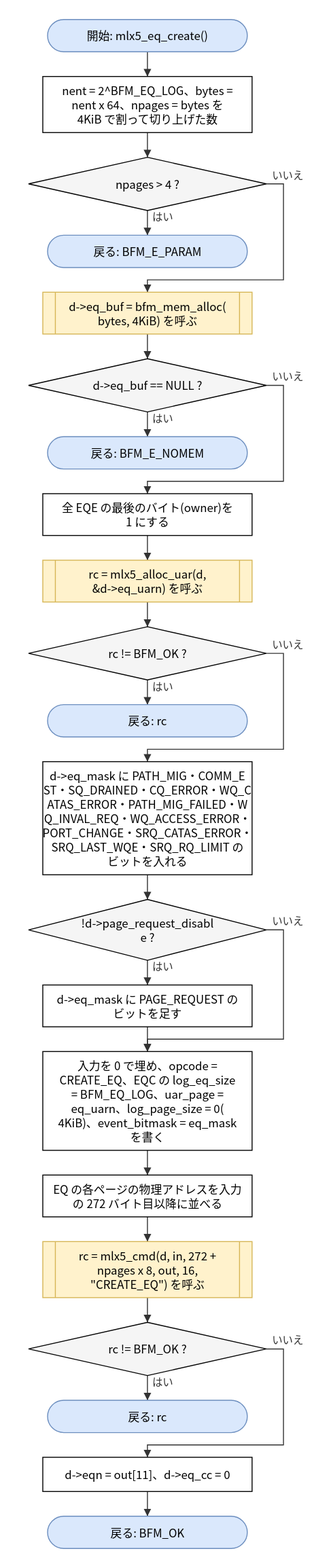
Earlier version of the draw.io export doc/spec/images/flow_src_mlx5_cmd-mlx5_eq_create.drawio.svg (hf355051012-ai/bfmem). Source tidied: cells renumbered, new cells last; positions are measured from the earlier drawing's top-left corner, leaving out a move shared by most shapes.
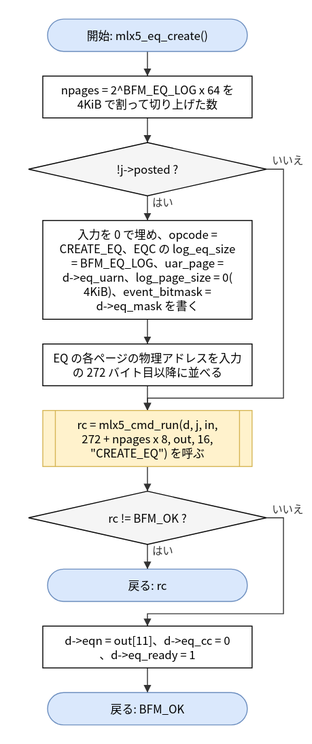
After the commit.

Change to the diagram source:
```diff
@@ -5,66 +5,33 @@
     <mxCell id="2" value="開始: mlx5_eq_create()" style="rounded=1;arcSize=50;whiteSpace=wrap;html=1;fillColor=#dae8fc;strokeColor=#6c8ebf;" parent="1" vertex="1">
       <mxGeometry x="20" width="210" height="34" as="geometry" />
     </mxCell>
-    <mxCell id="3" value="nent = 2^BFM_EQ_LOG、bytes =&lt;br&gt;nent x 64、npages = bytes を&lt;br&gt;4KiB で割って切り上げた数" style="rounded=0;whiteSpace=wrap;html=1;" parent="1" vertex="1">
-      <mxGeometry x="15" y="60" width="220" height="59" as="geometry" />
+    <mxCell id="3" value="npages = 2^BFM_EQ_LOG x 64 を&lt;br&gt;4KiB で割って切り上げた数" style="rounded=0;whiteSpace=wrap;html=1;" parent="1" vertex="1">
+      <mxGeometry x="15" y="60" width="220" height="44" as="geometry" />
     </mxCell>
-    <mxCell id="4" value="npages &amp;gt; 4 ?" style="rhombus;whiteSpace=wrap;html=1;fillColor=#f5f5f5;" parent="1" vertex="1">
-      <mxGeometry y="145" width="250" height="56" as="geometry" />
+    <mxCell id="4" value="!j-&amp;gt;posted ?" style="rhombus;whiteSpace=wrap;html=1;fillColor=#f5f5f5;" parent="1" vertex="1">
+      <mxGeometry y="130" width="250" height="56" as="geometry" />
     </mxCell>
-    <mxCell id="5" value="戻る: BFM_E_PARAM" style="rounded=1;arcSize=50;whiteSpace=wrap;html=1;fillColor=#dae8fc;strokeColor=#6c8ebf;" parent="1" vertex="1">
-      <mxGeometry x="20" y="227" width="210" height="34" as="geometry" />
+    <mxCell id="5" value="入力を 0 で埋め、opcode =&lt;br&gt;CREATE_EQ、EQC の log_eq_size&lt;br&gt;= BFM_EQ_LOG、uar_page =&lt;br&gt;d-&amp;gt;eq_uarn、log_page_size = 0(&lt;br&gt;4KiB)、event_bitmask =&lt;br&gt;d-&amp;gt;eq_mask を書く" style="rounded=0;whiteSpace=wrap;html=1;" parent="1" vertex="1">
+      <mxGeometry x="15" y="212" width="220" height="104" as="geometry" />
     </mxCell>
-    <mxCell id="6" value="d-&amp;gt;eq_buf = bfm_mem_alloc(&lt;br&gt;bytes, 4KiB) を呼ぶ" style="shape=process;whiteSpace=wrap;html=1;backgroundOutline=1;size=0.06;fillColor=#fff2cc;strokeColor=#d6b656;" parent="1" vertex="1">
-      <mxGeometry x="15" y="287" width="220" height="44" as="geometry" />
+    <mxCell id="6" value="EQ の各ページの物理アドレスを入力&lt;br&gt;の 272 バイト目以降に並べる" style="rounded=0;whiteSpace=wrap;html=1;" parent="1" vertex="1">
+      <mxGeometry x="15" y="342" width="220" height="44" as="geometry" />
     </mxCell>
-    <mxCell id="7" value="d-&amp;gt;eq_buf == NULL ?" style="rhombus;whiteSpace=wrap;html=1;fillColor=#f5f5f5;" parent="1" vertex="1">
-      <mxGeometry y="357" width="250" height="56" as="geometry" />
+    <mxCell id="7" value="rc = mlx5_cmd_run(d, j, in,&lt;br&gt;272 + npages x 8, out, 16,&lt;br&gt;&amp;quot;CREATE_EQ&amp;quot;) を呼ぶ" style="shape=process;whiteSpace=wrap;html=1;backgroundOutline=1;size=0.06;fillColor=#fff2cc;strokeColor=#d6b656;" parent="1" vertex="1">
+      <mxGeometry x="15" y="412" width="220" height="59" as="geometry" />
     </mxCell>
-    <mxCell id="8" value="戻る: BFM_E_NOMEM" style="rounded=1;arcSize=50;whiteSpace=wrap;html=1;fillColor=#dae8fc;strokeColor=#6c8ebf;" parent="1" vertex="1">
-      <mxGeometry x="20" y="439" width="210" height="34" as="geometry" />
+    <mxCell id="8" value="rc != BFM_OK ?" style="rhombus;whiteSpace=wrap;html=1;fillColor=#f5f5f5;" parent="1" vertex="1">
+      <mxGeometry y="497" width="250" height="56" as="geometry" />
     </mxCell>
-    <mxCell id="9" value="全 EQE の最後のバイト(owner)を&lt;br&gt;1 にする" style="rounded=0;whiteSpace=wrap;html=1;" parent="1" vertex="1">
-      <mxGeometry x="15" y="499" width="220" height="44" as="geometry" />
+    <mxCell id="9" value="戻る: rc" style="rounded=1;arcSize=50;whiteSpace=wrap;html=1;fillColor=#dae8fc;strokeColor=#6c8ebf;" parent="1" vertex="1">
+      <mxGeometry x="20" y="579" width="210" height="34" as="geometry" />
     </mxCell>
-    <mxCell id="10" value="rc = mlx5_alloc_uar(d,&lt;br&gt;&amp;amp;d-&amp;gt;eq_uarn) を呼ぶ" style="shape=process;whiteSpace=wrap;html=1;backgroundOutline=1;size=0.06;fillColor=#fff2cc;strokeColor=#d6b656;" parent="1" vertex="1">
-      <mxGeometry x="15" y="569" width="220" height="44" as="geometry" />
+    <mxCell id="10" value="d-&amp;gt;eqn = out[11]、d-&amp;gt;eq_cc = 0&lt;br&gt;、d-&amp;gt;eq_ready = 1" style="rounded=0;whiteSpace=wrap;html=1;" parent="1" vertex="1">
+      <mxGeometry x="15" y="639" width="220" height="44" as="geometry" />
     </mxCell>
-    <mxCell id="11" value="rc != BFM_OK ?" style="rhombus;whiteSpace=wrap;html=1;fillColor=#f5f5f5;" parent="1" vertex="1">
-      <mxGeometry y="639" width="250" height="56" as="geometry" />
+    <mxCell id="11" value="戻る: BFM_OK" style="rounded=1;arcSize=50;whiteSpace=wrap;html=1;fillColor=#dae8fc;strokeColor=#6c8ebf;" parent="1" vertex="1">
+      <mxGeometry x="20" y="709" width="210" height="34" as="geometry" />
     </mxCell>
-    <mxCell id="12" value="戻る: rc" style="rounded=1;arcSize=50;whiteSpace=wrap;html=1;fillColor=#dae8fc;strokeColor=#6c8ebf;" parent="1" vertex="1">
-      <mxGeometry x="20" y="721" width="210" height="34" as="geometry" />
-    </mxCell>
-    <mxCell id="13" value="d-&amp;gt;eq_mask に PATH_MIG・COMM_E&lt;br&gt;ST・SQ_DRAINED・CQ_ERROR・WQ_C&lt;br&gt;ATAS_ERROR・PATH_MIG_FAILED・W&lt;br&gt;Q_INVAL_REQ・WQ_ACCESS_ERROR・&lt;br&gt;PORT_CHANGE・SRQ_CATAS_ERROR・&lt;br&gt;SRQ_LAST_WQE・SRQ_RQ_LIMIT の&lt;br&gt;ビットを入れる" style="rounded=0;whiteSpace=wrap;html=1;" parent="1" vertex="1">
-      <mxGeometry x="15" y="781" width="220" height="119" as="geometry" />
-    </mxCell>
-    <mxCell id="14" value="!d-&amp;gt;page_request_disabl&lt;br&gt;e ?" style="rhombus;whiteSpace=wrap;html=1;fillColor=#f5f5f5;" parent="1" vertex="1">
-      <mxGeometry y="926" width="250" height="64" as="geometry" />
-    </mxCell>
-    <mxCell id="15" value="d-&amp;gt;eq_mask に PAGE_REQUEST の&lt;br&gt;ビットを足す" style="rounded=0;whiteSpace=wrap;html=1;" parent="1" vertex="1">
-      <mxGeometry x="15" y="1016" width="220" height="44" as="geometry" />
-    </mxCell>
-    <mxCell id="16" value="入力を 0 で埋め、opcode =&lt;br&gt;CREATE_EQ、EQC の log_eq_size&lt;br&gt;= BFM_EQ_LOG、uar_page =&lt;br&gt;eq_uarn、log_page_size = 0(&lt;br&gt;4KiB)、event_bitmask = eq_mask&lt;br&gt;を書く" style="rounded=0;whiteSpace=wrap;html=1;" parent="1" vertex="1">
-      <mxGeometry x="15" y="1086" width="220" height="104" as="geometry" />
-    </mxCell>
-    <mxCell id="17" value="EQ の各ページの物理アドレスを入力&lt;br&gt;の 272 バイト目以降に並べる" style="rounded=0;whiteSpace=wrap;html=1;" parent="1" vertex="1">
-      <mxGeometry x="15" y="1216" width="220" height="44" as="geometry" />
-    </mxCell>
-    <mxCell id="18" value="rc = mlx5_cmd(d, in, 272 +&lt;br&gt;npages x 8, out, 16,&lt;br&gt;&amp;quot;CREATE_EQ&amp;quot;) を呼ぶ" style="shape=process;whiteSpace=wrap;html=1;backgroundOutline=1;size=0.06;fillColor=#fff2cc;strokeColor=#d6b656;" parent="1" vertex="1">
-      <mxGeometry x="15" y="1286" width="220" height="59" as="geometry" />
-    </mxCell>
-    <mxCell id="19" value="rc != BFM_OK ?" style="rhombus;whiteSpace=wrap;html=1;fillColor=#f5f5f5;" parent="1" vertex="1">
-      <mxGeometry y="1371" width="250" height="56" as="geometry" />
-    </mxCell>
-    <mxCell id="20" value="戻る: rc" style="rounded=1;arcSize=50;whiteSpace=wrap;html=1;fillColor=#dae8fc;strokeColor=#6c8ebf;" parent="1" vertex="1">
-      <mxGeometry x="20" y="1453" width="210" height="34" as="geometry" />
-    </mxCell>
-    <mxCell id="21" value="d-&amp;gt;eqn = out[11]、d-&amp;gt;eq_cc = 0" style="rounded=0;whiteSpace=wrap;html=1;" parent="1" vertex="1">
-      <mxGeometry x="15" y="1513" width="220" height="36" as="geometry" />
-    </mxCell>
-    <mxCell id="22" value="戻る: BFM_OK" style="rounded=1;arcSize=50;whiteSpace=wrap;html=1;fillColor=#dae8fc;strokeColor=#6c8ebf;" parent="1" vertex="1">
-      <mxGeometry x="20" y="1575" width="210" height="34" as="geometry" />
-    </mxCell>
     <mxCell id="23" style="edgeStyle=none;html=1;rounded=0;endArrow=block;endFill=1;exitX=0.5000;exitY=1.0000;exitDx=0;exitDy=0;exitPerimeter=0;entryX=0.5000;entryY=0.0000;entryDx=0;entryDy=0;entryPerimeter=0;" parent="1" edge="1" source="2" target="3">
       <mxGeometry relative="1" as="geometry" />
     </mxCell>
@@ -74,89 +41,38 @@
     <mxCell id="25" value="はい" style="edgeStyle=none;html=1;rounded=0;endArrow=block;endFill=1;exitX=0.5000;exitY=1.0000;exitDx=0;exitDy=0;exitPerimeter=0;entryX=0.5000;entryY=0.0000;entryDx=0;entryDy=0;entryPerimeter=0;" parent="1" edge="1" source="4" target="5">
       <mxGeometry relative="1" as="geometry" />
     </mxCell>
-    <mxCell id="26" value="いいえ" style="edgeStyle=none;html=1;rounded=0;endArrow=block;endFill=1;exitX=1.0000;exitY=0.5000;exitDx=0;exitDy=0;exitPerimeter=0;entryX=0.5000;entryY=0.0000;entryDx=0;entryDy=0;entryPerimeter=0;" parent="1" edge="1" source="4" target="6">
-      <mxGeometry relative="1" as="geometry">
-        <Array as="points">
-          <mxPoint x="268" y="173" />
-          <mxPoint x="268" y="274" />
-          <mxPoint x="125" y="274" />
-        </Array>
-      </mxGeometry>
+    <mxCell id="26" style="edgeStyle=none;html=1;rounded=0;endArrow=block;endFill=1;exitX=0.5000;exitY=1.0000;exitDx=0;exitDy=0;exitPerimeter=0;entryX=0.5000;entryY=0.0000;entryDx=0;entryDy=0;entryPerimeter=0;" parent="1" edge="1" source="5" target="6">
+      <mxGeometry relative="1" as="geometry" />
     </mxCell>
     <mxCell id="27" style="edgeStyle=none;html=1;rounded=0;endArrow=block;endFill=1;exitX=0.5000;exitY=1.0000;exitDx=0;exitDy=0;exitPerimeter=0;entryX=0.5000;entryY=0.0000;entryDx=0;entryDy=0;entryPerimeter=0;" parent="1" edge="1" source="6" target="7">
       <mxGeometry relative="1" as="geometry" />
     </mxCell>
-    <mxCell id="28" value="はい" style="edgeStyle=none;html=1;rounded=0;endArrow=block;endFill=1;exitX=0.5000;exitY=1.0000;exitDx=0;exitDy=0;exitPerimeter=0;entryX=0.5000;entryY=0.0000;entryDx=0;entryDy=0;entryPerimeter=0;" parent="1" edge="1" source="7" target="8">
-      <mxGeometry relative="1" as="geometry" />
+    <mxCell id="28" value="いいえ" style="edgeStyle=none;html=1;rounded=0;endArrow=block;endFill=1;exitX=1.0000;exitY=0.5000;exitDx=0;exitDy=0;exitPerimeter=0;entryX=0.5000;entryY=0.0000;entryDx=0;entryDy=0;entryPerimeter=0;" parent="1" edge="1" source="4" target="7">
+      <mxGeometry relative="1" as="geometry">
+        <Array as="points">
+          <mxPoint x="268" y="158" />
+          <mxPoint x="268" y="399" />
+          <mxPoint x="125" y="399" />
+        </Array>
+      </mxGeometry>
     </mxCell>
-    <mxCell id="29" value="いいえ" style="edgeStyle=none;html=1;rounded=0;endArrow=block;endFill=1;exitX=1.0000;exitY=0.5000;exitDx=0;exitDy=0;exitPerimeter=0;entryX=0.5000;entryY=0.0000;entryDx=0;entryDy=0;entryPerimeter=0;" parent="1" edge="1" source="7" target="9">
-      <mxGeometry relative="1" as="geometry">
-        <Array as="points">
-          <mxPoint x="268" y="385" />
-          <mxPoint x="268" y="486" />
-          <mxPoint x="125" y="486" />
-        </Array>
-      </mxGeometry>
+    <mxCell id="29" style="edgeStyle=none;html=1;rounded=0;endArrow=block;endFill=1;exitX=0.5000;exitY=1.0000;exitDx=0;exitDy=0;exitPerimeter=0;entryX=0.5000;entryY=0.0000;entryDx=0;entryDy=0;entryPerimeter=0;" parent="1" edge="1" source="7" target="8">
+      <mxGeometry relative="1" as="geometry" />
     </mxCell>
-    <mxCell id="30" style="edgeStyle=none;html=1;rounded=0;endArrow=block;endFill=1;exitX=0.5000;exitY=1.0000;exitDx=0;exitDy=0;exitPerimeter=0;entryX=0.5000;entryY=0.0000;entryDx=0;entryDy=0;entryPerimeter=0;" parent="1" edge="1" source="9" target="10">
+    <mxCell id="30" value="はい" style="edgeStyle=none;html=1;rounded=0;endArrow=block;endFill=1;exitX=0.5000;exitY=1.0000;exitDx=0;exitDy=0;exitPerimeter=0;entryX=0.5000;entryY=0.0000;entryDx=0;entryDy=0;entryPerimeter=0;" parent="1" edge="1" source="8" target="9">
       <mxGeometry relative="1" as="geometry" />
     </mxCell>
-    <mxCell id="31" style="edgeStyle=none;html=1;rounded=0;endArrow=block;endFill=1;exitX=0.5000;exitY=1.0000;exitDx=0;exitDy=0;exitPerimeter=0;entryX=0.5000;entryY=0.0000;entryDx=0;entryDy=0;entryPerimeter=0;" parent="1" edge="1" source="10" target="11">
-      <mxGeometry relative="1" as="geometry" />
+    <mxCell id="31" value="いいえ" style="edgeStyle=none;html=1;rounded=0;endArrow=block;endFill=1;exitX=1.0000;exitY=0.5000;exitDx=0;exitDy=0;exitPerimeter=0;entryX=0.5000;entryY=0.0000;entryDx=0;entryDy=0;entryPerimeter=0;" parent="1" edge="1" source="8" target="10">
+      <mxGeometry relative="1" as="geometry">
+        <Array as="points">
+          <mxPoint x="268" y="525" />
+          <mxPoint x="268" y="626" />
+          <mxPoint x="125" y="626" />
+        </Array>
+      </mxGeometry>
     </mxCell>
-    <mxCell id="32" value="はい" style="edgeStyle=none;html=1;rounded=0;endArrow=block;endFill=1;exitX=0.5000;exitY=1.0000;exitDx=0;exitDy=0;exitPerimeter=0;entryX=0.5000;entryY=0.0000;entryDx=0;entryDy=0;entryPerimeter=0;" parent="1" edge="1" source="11" target="12">
+    <mxCell id="32" style="edgeStyle=none;html=1;rounded=0;endArrow=block;endFill=1;exitX=0.5000;exitY=1.0000;exitDx=0;exitDy=0;exitPerimeter=0;entryX=0.5000;entryY=0.0000;entryDx=0;entryDy=0;entryPerimeter=0;" parent="1" edge="1" source="10" target="11">
       <mxGeometry relative="1" as="geometry" />
     </mxCell>
-    <mxCell id="33" value="いいえ" style="edgeStyle=none;html=1;rounded=0;endArrow=block;endFill=1;exitX=1.0000;exitY=0.5000;exitDx=0;exitDy=0;exitPerimeter=0;entryX=0.5000;entryY=0.0000;entryDx=0;entryDy=0;entryPerimeter=0;" parent="1" edge="1" source="11" target="13">
-      <mxGeometry relative="1" as="geometry">
-        <Array as="points">
-          <mxPoint x="268" y="667" />
-          <mxPoint x="268" y="768" />
-          <mxPoint x="125" y="768" />
-        </Array>
-      </mxGeometry>
-    </mxCell>
-    <mxCell id="34" style="edgeStyle=none;html=1;rounded=0;endArrow=block;endFill=1;exitX=0.5000;exitY=1.0000;exitDx=0;exitDy=0;exitPerimeter=0;entryX=0.5000;entryY=0.0000;entryDx=0;entryDy=0;entryPerimeter=0;" parent="1" edge="1" source="13" target="14">
-      <mxGeometry relative="1" as="geometry" />
-    </mxCell>
-    <mxCell id="35" value="はい" style="edgeStyle=none;html=1;rounded=0;endArrow=block;endFill=1;exitX=0.5000;exitY=1.0000;exitDx=0;exitDy=0;exitPerimeter=0;entryX=0.5000;entryY=0.0000;entryDx=0;entryDy=0;entryPerimeter=0;" parent="1" edge="1" source="14" target="15">
-      <mxGeometry relative="1" as="geometry" />
-    </mxCell>
-    <mxCell id="36" style="edgeStyle=none;html=1;rounded=0;endArrow=block;endFill=1;exitX=0.5000;exitY=1.0000;exitDx=0;exitDy=0;exitPerimeter=0;entryX=0.5000;entryY=0.0000;entryDx=0;entryDy=0;entryPerimeter=0;" parent="1" edge="1" source="15" target="16">
-      <mxGeometry relative="1" as="geometry" />
-    </mxCell>
-    <mxCell id="37" value="いいえ" style="edgeStyle=none;html=1;rounded=0;endArrow=block;endFill=1;exitX=1.0000;exitY=0.5000;exitDx=0;exitDy=0;exitPerimeter=0;entryX=0.5000;entryY=0.0000;entryDx=0;entryDy=0;entryPerimeter=0;" parent="1" edge="1" source="14" target="16">
-      <mxGeometry relative="1" as="geometry">
-        <Array as="points">
-          <mxPoint x="268" y="958" />
-          <mxPoint x="268" y="1073" />
-          <mxPoint x="125" y="1073" />
-        </Array>
-      </mxGeometry>
-    </mxCell>
-    <mxCell id="38" style="edgeStyle=none;html=1;rounded=0;endArrow=block;endFill=1;exitX=0.5000;exitY=1.0000;exitDx=0;exitDy=0;exitPerimeter=0;entryX=0.5000;entryY=0.0000;entryDx=0;entryDy=0;entryPerimeter=0;" parent="1" edge="1" source="16" target="17">
-      <mxGeometry relative="1" as="geometry" />
-    </mxCell>
-    <mxCell id="39" style="edgeStyle=none;html=1;rounded=0;endArrow=block;endFill=1;exitX=0.5000;exitY=1.0000;exitDx=0;exitDy=0;exitPerimeter=0;entryX=0.5000;entryY=0.0000;entryDx=0;entryDy=0;entryPerimeter=0;" parent="1" edge="1" source="17" target="18">
-      <mxGeometry relative="1" as="geometry" />
-    </mxCell>
-    <mxCell id="40" style="edgeStyle=none;html=1;rounded=0;endArrow=block;endFill=1;exitX=0.5000;exitY=1.0000;exitDx=0;exitDy=0;exitPerimeter=0;entryX=0.5000;entryY=0.0000;entryDx=0;entryDy=0;entryPerimeter=0;" parent="1" edge="1" source="18" target="19">
-      <mxGeometry relative="1" as="geometry" />
-    </mxCell>
-    <mxCell id="41" value="はい" style="edgeStyle=none;html=1;rounded=0;endArrow=block;endFill=1;exitX=0.5000;exitY=1.0000;exitDx=0;exitDy=0;exitPerimeter=0;entryX=0.5000;entryY=0.0000;entryDx=0;entryDy=0;entryPerimeter=0;" parent="1" edge="1" source="19" target="20">
-      <mxGeometry relative="1" as="geometry" />
-    </mxCell>
-    <mxCell id="42" value="いいえ" style="edgeStyle=none;html=1;rounded=0;endArrow=block;endFill=1;exitX=1.0000;exitY=0.5000;exitDx=0;exitDy=0;exitPerimeter=0;entryX=0.5000;entryY=0.0000;entryDx=0;entryDy=0;entryPerimeter=0;" parent="1" edge="1" source="19" target="21">
-      <mxGeometry relative="1" as="geometry">
-        <Array as="points">
-          <mxPoint x="268" y="1399" />
-          <mxPoint x="268" y="1500" />
-          <mxPoint x="125" y="1500" />
-        </Array>
-      </mxGeometry>
-    </mxCell>
-    <mxCell id="43" style="edgeStyle=none;html=1;rounded=0;endArrow=block;endFill=1;exitX=0.5000;exitY=1.0000;exitDx=0;exitDy=0;exitPerimeter=0;entryX=0.5000;entryY=0.0000;entryDx=0;entryDy=0;entryPerimeter=0;" parent="1" edge="1" source="21" target="22">
-      <mxGeometry relative="1" as="geometry" />
-    </mxCell>
   </root>
 </mxGraphModel>
```
